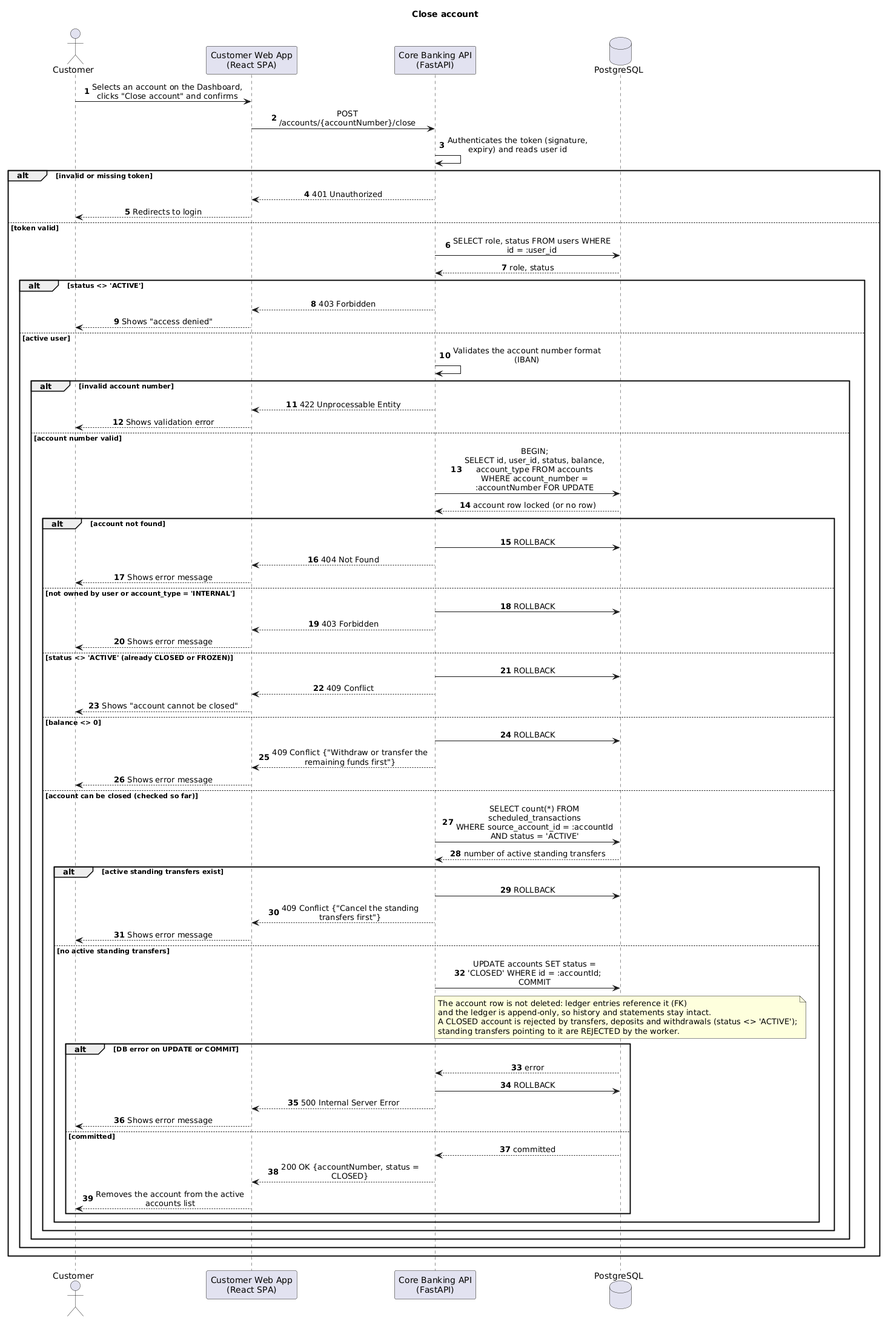
This is docs/sequence_diagrams/png/close_account_sequence.png from K0D1Z/software-engineering-project, a PlantUML export, as it was before one commit.
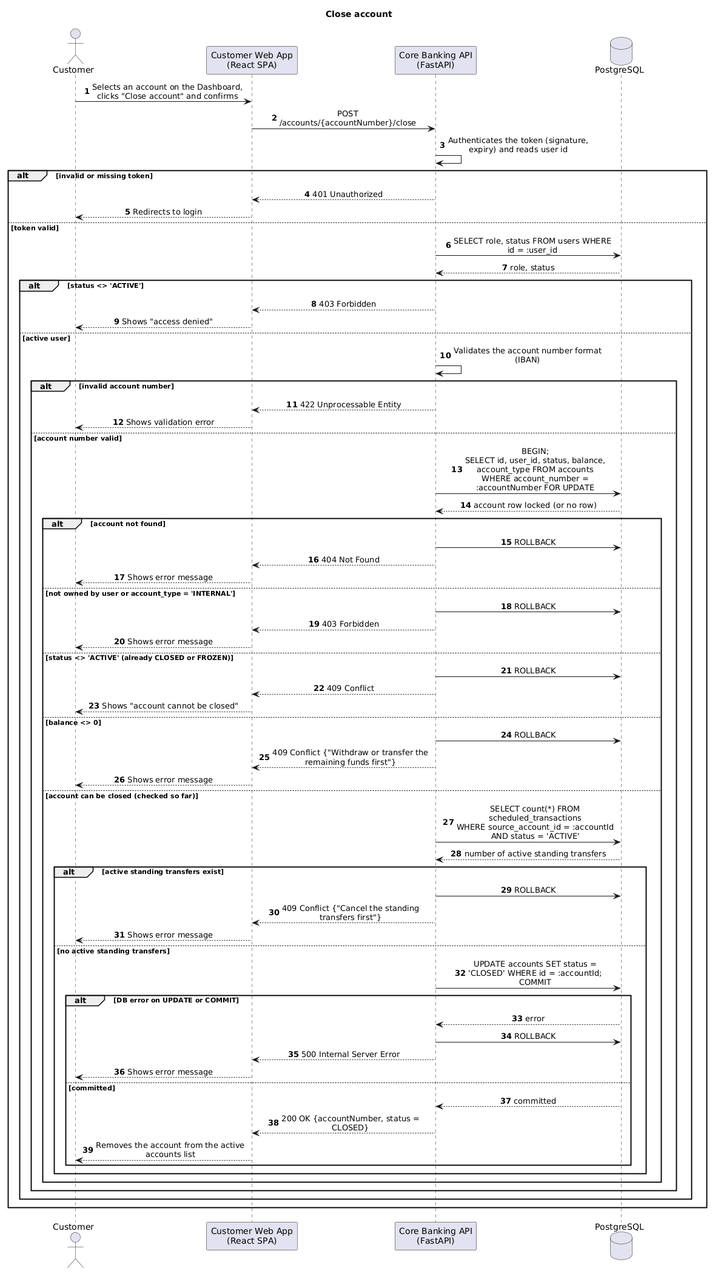
The same file after the commit.

The edit, as a diff of the source:
```diff
@@ -56,12 +56,6 @@
                     spa --> customer : Shows error message
                 else no active standing transfers
                     api -> db : UPDATE accounts SET status = 'CLOSED' WHERE id = :accountId;\nCOMMIT
-                    note over db
-                        The account row is not deleted: ledger entries reference it (FK)
-                        and the ledger is append-only, so history and statements stay intact.
-                        A CLOSED account is rejected by transfers, deposits and withdrawals (status <> 'ACTIVE');
-                        standing transfers pointing to it are REJECTED by the worker.
-                    end note
                     alt DB error on UPDATE or COMMIT
                         db --> api : error
                         api -> db : ROLLBACK
```
